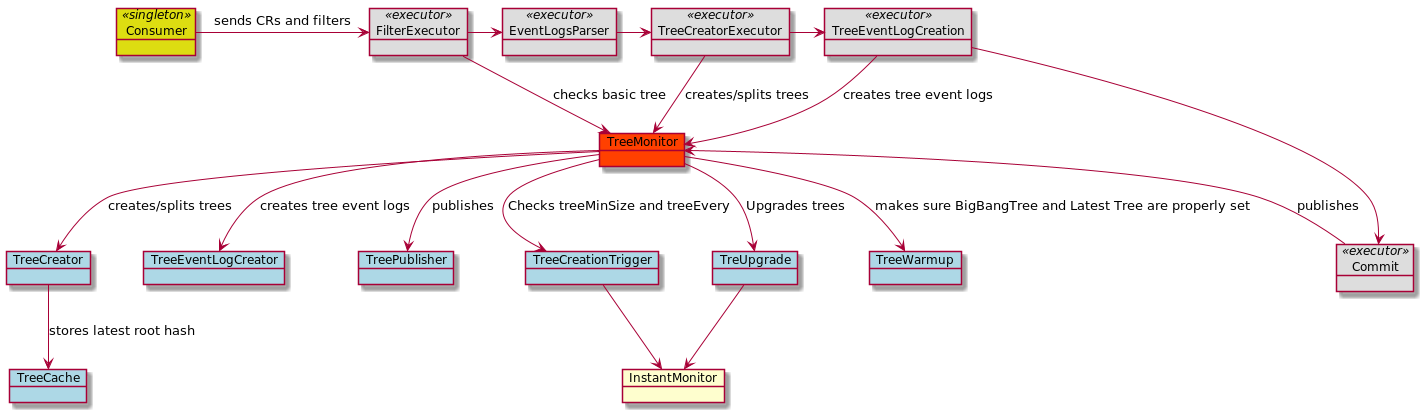
The PlantUML diagram .images/tree_creation_workflow.png in ubirch/ubirch-event-log, before a commit.
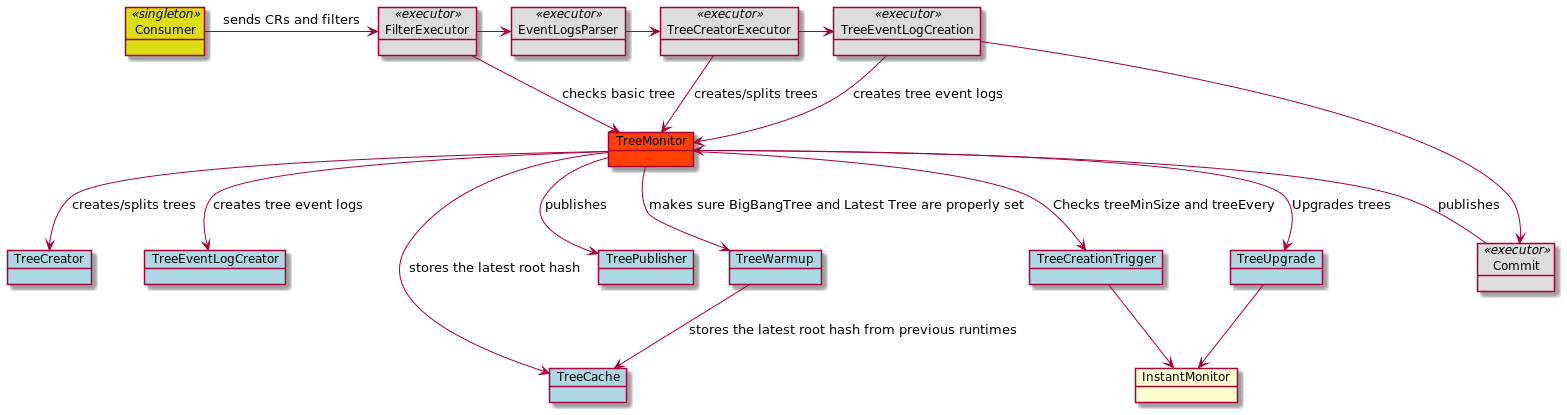
Later version of the same file.

The edit, as a diff of the source:
```diff
@@ -8,13 +8,12 @@
 object Commit <<executor>> #DDDDDD
 object TreeEventLogCreation <<executor>> #DDDDDD
 
-
 object TreeCreator #add8e6
 object TreeEventLogCreator #add8e6
 object TreeCache #add8e6
 object TreePublisher #add8e6
 object TreeCreationTrigger #add8e6
-object TreUpgrade #add8e6
+object TreeUpgrade #add8e6
 object TreeMonitor #ff4000
 object InstantMonitor
 object TreeWarmup #add8e6
@@ -23,7 +22,7 @@
 TreeMonitor <-- FilterExecutor: checks basic tree
 FilterExecutor -> EventLogsParser
 EventLogsParser -> TreeCreatorExecutor
-TreeCreator --> TreeCache: stores latest root hash
+TreeMonitor --> TreeCache: stores the latest root hash
 TreeCreatorExecutor --> TreeMonitor: creates/splits trees
 TreeCreatorExecutor -> TreeEventLogCreation
 TreeMonitor --> TreeCreator: creates/splits trees
@@ -34,8 +33,9 @@
 TreeMonitor --> TreeEventLogCreator: creates tree event logs
 TreeMonitor --> TreePublisher : publishes
 TreeMonitor --> TreeCreationTrigger: Checks treeMinSize and treeEvery
-TreeMonitor --> TreUpgrade : Upgrades trees
-TreUpgrade -->  InstantMonitor
+TreeMonitor --> TreeUpgrade : Upgrades trees
+TreeUpgrade -->  InstantMonitor
 TreeCreationTrigger -->  InstantMonitor
+TreeWarmup --> TreeCache : stores the latest root hash from previous runtimes
 
 @enduml
```
